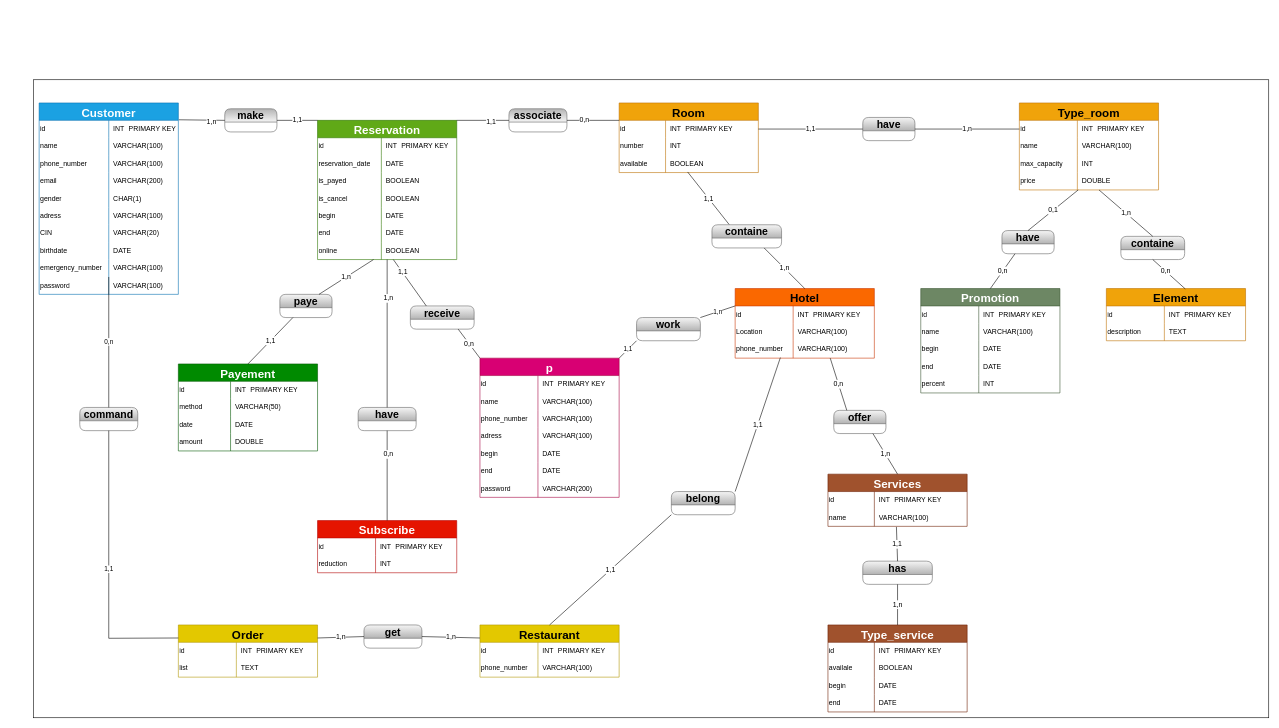
Above: image/MCD.drawio in Harenabs21/Hotel-Database-Project (draw.io), before the change. Source tidied: cells renumbered, new cells numbered last; positions are measured from the earlier drawing's top-left corner, leaving out a move shared by most shapes. Both pictures are drawn from the tidied source at 58%, with x=0, y=0 at pixel (33, 79).
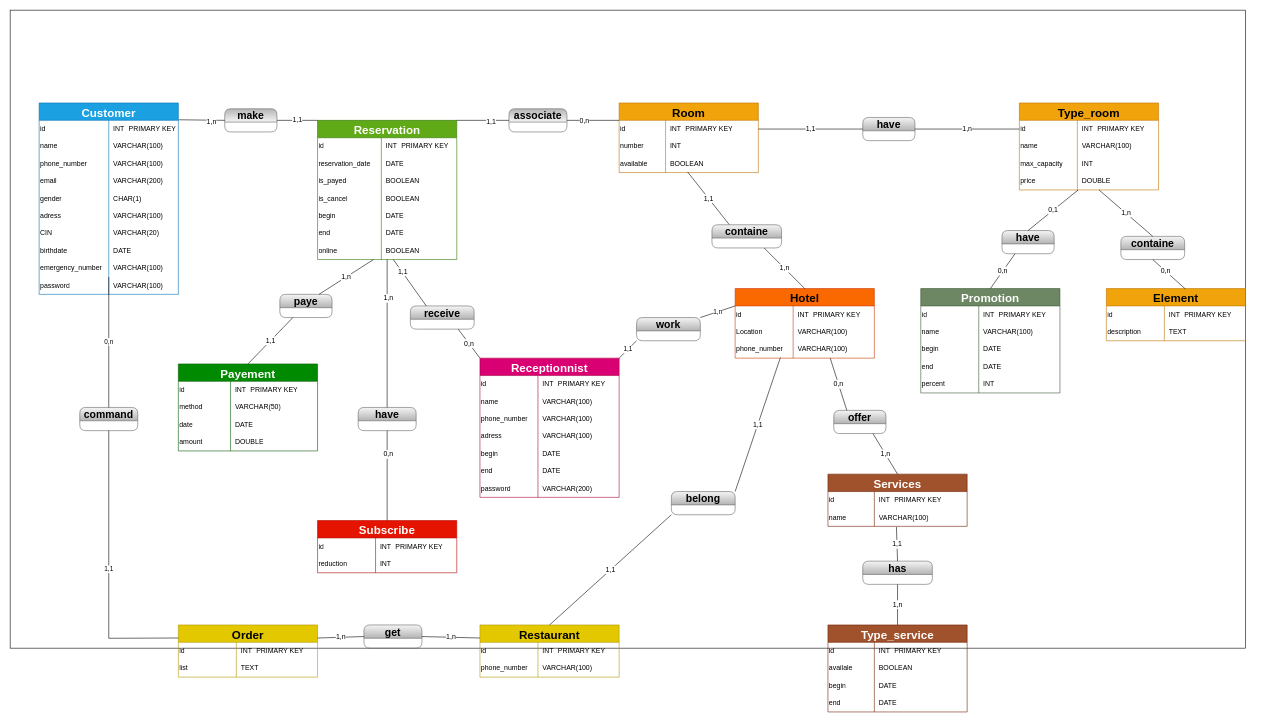
After the change.

Commit message (it also covers changes not shown here):
fix:ortograph of MCD

Diff of the diagram source:
```diff
@@
     <mxCell id="2" style="rounded=0;whiteSpace=wrap;html=1;fillColor=none;" parent="1" vertex="1">
-      <mxGeometry width="2130" height="1100" as="geometry" />
+      <mxGeometry x="-40" y="-120" width="2130" height="1100" as="geometry" />
     </mxCell>
@@
-    <mxCell id="109" value="p" style="shape=table;startSize=30;childLayout=tableLayout;rowLines=0;fontStyle=1;fontSize=20;fillColor=#d80073;fontColor=#ffffff;strokeColor=#A50040;" parent="1" vertex="1">
+    <mxCell id="109" value="Receptionnist" style="shape=table;startSize=30;childLayout=tableLayout;rowLines=0;fontStyle=1;fontSize=20;fillColor=#d80073;fontColor=#ffffff;strokeColor=#A50040;" parent="1" vertex="1">
       <mxGeometry x="770" y="480" width="240" height="240" as="geometry" />
     </mxCell>
```
